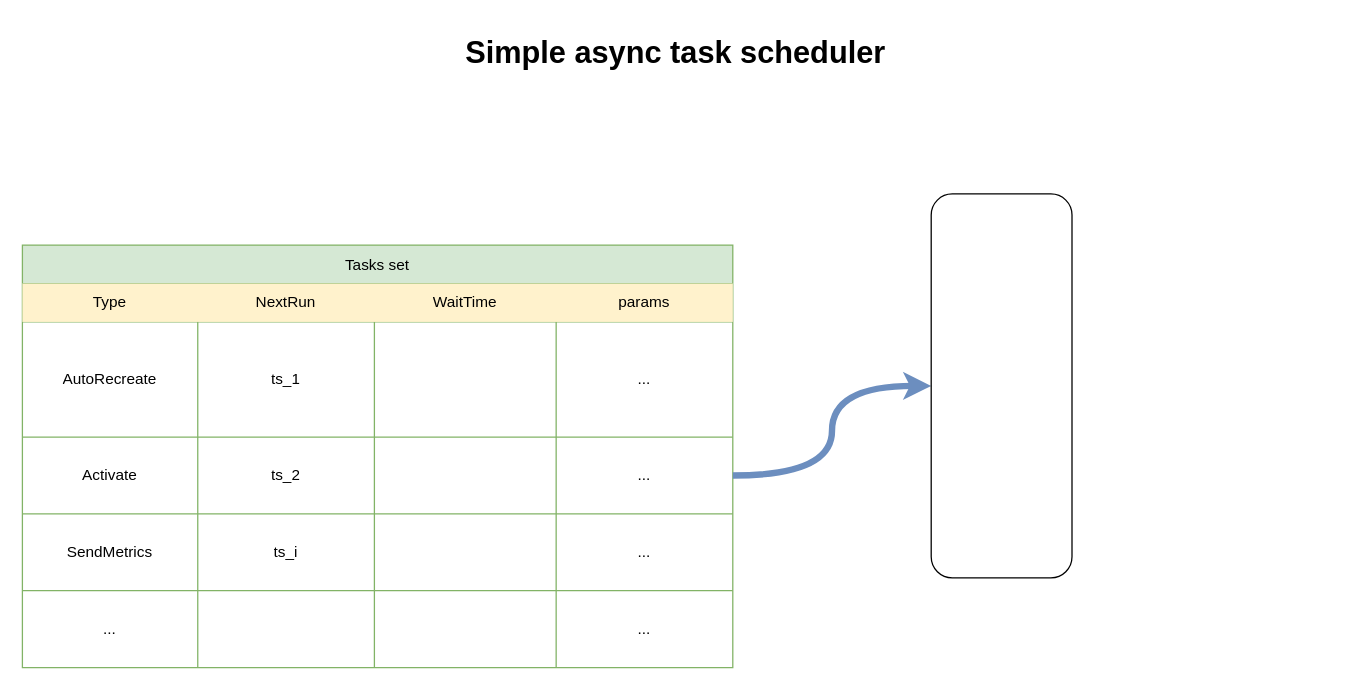
The draw.io diagram scheduler-simple.drawio in karitra/bg.charts, before the edit. Source tidied: cells renumbered, new cells numbered last; positions are measured from the earlier drawing's top-left corner, leaving out a move shared by most shapes. Both pictures are drawn from the tidied source at 128%, with x=0, y=0 at pixel (22, 27).
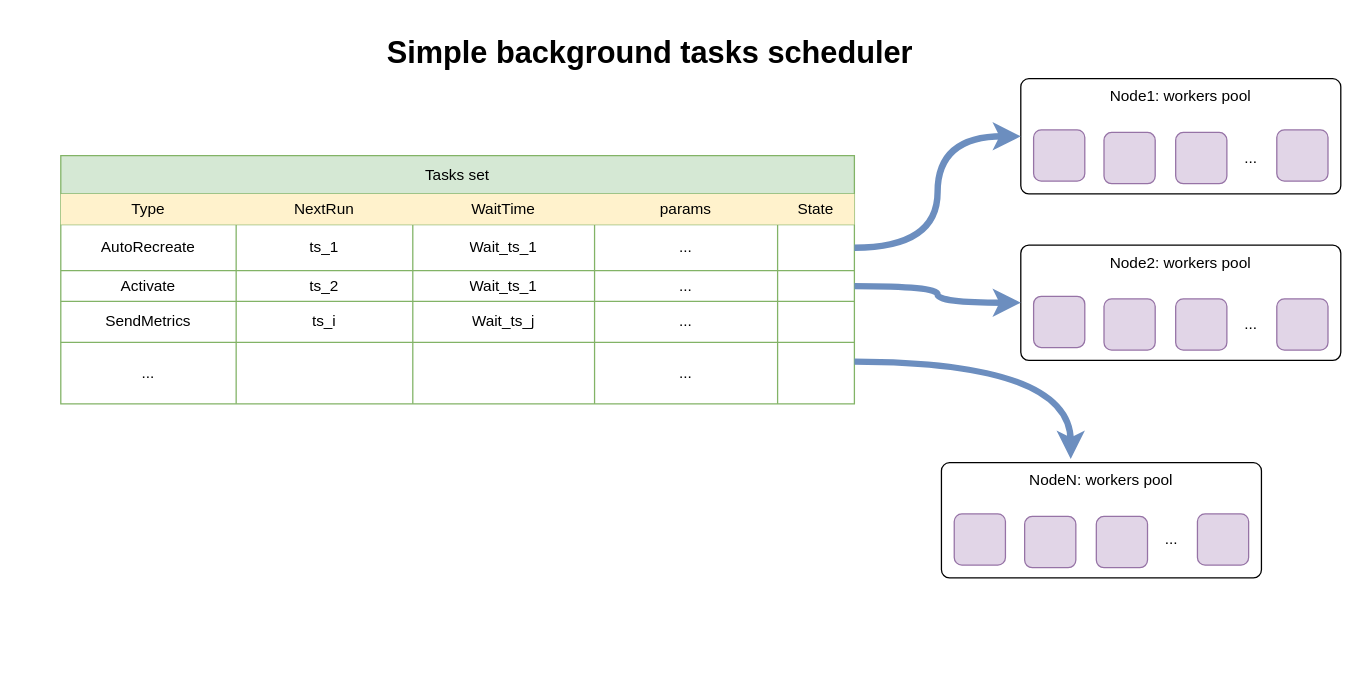
Above is the later version.

Diff of the diagram source:
```diff
@@
-    <mxCell id="2" value="Simple async task scheduler" style="text;strokeColor=none;fillColor=none;html=1;fontSize=24;fontStyle=1;verticalAlign=middle;align=center;rounded=0;shadow=1;" parent="1" vertex="1">
-      <mxGeometry x="120" width="780" height="40" as="geometry" />
+    <mxCell id="2" value="&lt;div&gt;Simple background tasks scheduler&lt;/div&gt;" style="text;strokeColor=none;fillColor=none;html=1;fontSize=24;fontStyle=1;verticalAlign=middle;align=center;rounded=0;shadow=1;" parent="1" vertex="1">
+      <mxGeometry x="100" width="780" height="40" as="geometry" />
     </mxCell>
     <mxCell id="3" value="Tasks set" style="shape=table;startSize=30;childLayout=tableLayout;fillColor=#d5e8d4;labelBackgroundColor=none;strokeColor=#82b366;" parent="1" vertex="1">
-      <mxGeometry y="170" width="555" height="330" as="geometry" />
+      <mxGeometry x="30" y="100" width="620" height="194" as="geometry" />
     </mxCell>
     <mxCell id="4" style="shape=tableRow;horizontal=0;startSize=0;swimlaneHead=0;swimlaneBody=0;top=0;left=0;bottom=0;right=0;fillColor=#fff2cc;strokeColor=#d6b656;" parent="3" vertex="1">
-      <mxGeometry y="30" width="555" height="30" as="geometry" />
+      <mxGeometry y="30" width="620" height="24" as="geometry" />
     </mxCell>
     <mxCell id="5" value="Type" style="shape=partialRectangle;html=1;whiteSpace=wrap;overflow=hidden;fillColor=none;top=0;left=0;bottom=0;right=0;" parent="4" vertex="1">
-      <mxGeometry width="137" height="30" as="geometry" />
+      <mxGeometry width="137" height="24" as="geometry" />
     </mxCell>
     <mxCell id="6" value="NextRun" style="shape=partialRectangle;html=1;whiteSpace=wrap;overflow=hidden;fillColor=none;top=0;left=0;bottom=0;right=0;" parent="4" vertex="1">
-      <mxGeometry x="137" width="138" height="30" as="geometry" />
+      <mxGeometry x="137" width="138" height="24" as="geometry" />
     </mxCell>
     <mxCell id="7" value="WaitTime" style="shape=partialRectangle;html=1;whiteSpace=wrap;overflow=hidden;fillColor=none;top=0;left=0;bottom=0;right=0;" parent="4" vertex="1">
-      <mxGeometry x="275" width="142" height="30" as="geometry" />
+      <mxGeometry x="275" width="142" height="24" as="geometry" />
     </mxCell>
     <mxCell id="8" value="params" style="shape=partialRectangle;html=1;whiteSpace=wrap;overflow=hidden;fillColor=none;top=0;left=0;bottom=0;right=0;" parent="4" vertex="1">
-      <mxGeometry x="417" width="138" height="30" as="geometry" />
+      <mxGeometry x="417" width="143" height="24" as="geometry" />
     </mxCell>
+    <mxCell id="31" value="State" style="shape=partialRectangle;html=1;whiteSpace=wrap;overflow=hidden;fillColor=none;top=0;left=0;bottom=0;right=0;" parent="4" vertex="1">
+      <mxGeometry x="560" width="60" height="24" as="geometry" />
+    </mxCell>
     <mxCell id="9" style="shape=tableRow;horizontal=0;startSize=0;swimlaneHead=0;swimlaneBody=0;top=0;left=0;bottom=0;right=0;fillColor=none;points=[[0,0.5],[1,0.5]];portConstraint=eastwest;" parent="3" vertex="1">
-      <mxGeometry y="60" width="555" height="90" as="geometry" />
+      <mxGeometry y="54" width="620" height="36" as="geometry" />
     </mxCell>
     <mxCell id="10" value="AutoRecreate" style="shape=partialRectangle;html=1;whiteSpace=wrap;overflow=hidden;fillColor=none;top=0;left=0;bottom=0;right=0;" parent="9" vertex="1">
-      <mxGeometry width="137" height="90" as="geometry" />
+      <mxGeometry width="137" height="36" as="geometry" />
     </mxCell>
     <mxCell id="11" value="ts_1" style="shape=partialRectangle;html=1;whiteSpace=wrap;overflow=hidden;fillColor=none;top=0;left=0;bottom=0;right=0;" parent="9" vertex="1">
-      <mxGeometry x="137" width="138" height="90" as="geometry" />
+      <mxGeometry x="137" width="138" height="36" as="geometry" />
     </mxCell>
-    <mxCell id="12" style="shape=partialRectangle;html=1;whiteSpace=wrap;overflow=hidden;fillColor=none;top=0;left=0;bottom=0;right=0;" parent="9" vertex="1">
-      <mxGeometry x="275" width="142" height="90" as="geometry" />
+    <mxCell id="12" value="Wait_ts_1" style="shape=partialRectangle;html=1;whiteSpace=wrap;overflow=hidden;fillColor=none;top=0;left=0;bottom=0;right=0;" parent="9" vertex="1">
+      <mxGeometry x="275" width="142" height="36" as="geometry" />
     </mxCell>
     <mxCell id="13" value="..." style="shape=partialRectangle;html=1;whiteSpace=wrap;overflow=hidden;fillColor=none;top=0;left=0;bottom=0;right=0;" parent="9" vertex="1">
-      <mxGeometry x="417" width="138" height="90" as="geometry" />
+      <mxGeometry x="417" width="143" height="36" as="geometry" />
     </mxCell>
+    <mxCell id="32" style="shape=partialRectangle;html=1;whiteSpace=wrap;overflow=hidden;fillColor=none;top=0;left=0;bottom=0;right=0;" parent="9" vertex="1">
+      <mxGeometry x="560" width="60" height="36" as="geometry" />
+    </mxCell>
     <mxCell id="14" style="shape=tableRow;horizontal=0;startSize=0;swimlaneHead=0;swimlaneBody=0;top=0;left=0;bottom=0;right=0;fillColor=none;points=[[0,0.5],[1,0.5]];portConstraint=eastwest;" parent="3" vertex="1">
-      <mxGeometry y="150" width="555" height="60" as="geometry" />
+      <mxGeometry y="90" width="620" height="24" as="geometry" />
     </mxCell>
     <mxCell id="15" value="Activate" style="shape=partialRectangle;html=1;whiteSpace=wrap;overflow=hidden;fillColor=none;top=0;left=0;bottom=0;right=0;" parent="14" vertex="1">
-      <mxGeometry width="137" height="60" as="geometry" />
+      <mxGeometry width="137" height="24" as="geometry" />
     </mxCell>
     <mxCell id="16" value="ts_2" style="shape=partialRectangle;html=1;whiteSpace=wrap;overflow=hidden;fillColor=none;top=0;left=0;bottom=0;right=0;" parent="14" vertex="1">
-      <mxGeometry x="137" width="138" height="60" as="geometry" />
+      <mxGeometry x="137" width="138" height="24" as="geometry" />
     </mxCell>
-    <mxCell id="17" style="shape=partialRectangle;html=1;whiteSpace=wrap;overflow=hidden;fillColor=none;top=0;left=0;bottom=0;right=0;" parent="14" vertex="1">
-      <mxGeometry x="275" width="142" height="60" as="geometry" />
+    <mxCell id="17" value="Wait_ts_1" style="shape=partialRectangle;html=1;whiteSpace=wrap;overflow=hidden;fillColor=none;top=0;left=0;bottom=0;right=0;" parent="14" vertex="1">
+      <mxGeometry x="275" width="142" height="24" as="geometry" />
     </mxCell>
     <mxCell id="18" value="..." style="shape=partialRectangle;html=1;whiteSpace=wrap;overflow=hidden;fillColor=none;top=0;left=0;bottom=0;right=0;" parent="14" vertex="1">
-      <mxGeometry x="417" width="138" height="60" as="geometry" />
+      <mxGeometry x="417" width="143" height="24" as="geometry" />
     </mxCell>
+    <mxCell id="33" style="shape=partialRectangle;html=1;whiteSpace=wrap;overflow=hidden;fillColor=none;top=0;left=0;bottom=0;right=0;" parent="14" vertex="1">
+      <mxGeometry x="560" width="60" height="24" as="geometry" />
+    </mxCell>
     <mxCell id="19" style="shape=tableRow;horizontal=0;startSize=0;swimlaneHead=0;swimlaneBody=0;top=0;left=0;bottom=0;right=0;fillColor=none;" parent="3" vertex="1">
-      <mxGeometry y="210" width="555" height="60" as="geometry" />
+      <mxGeometry y="114" width="620" height="32" as="geometry" />
     </mxCell>
     <mxCell id="20" value="SendMetrics" style="shape=partialRectangle;html=1;whiteSpace=wrap;overflow=hidden;fillColor=none;top=0;left=0;bottom=0;right=0;" parent="19" vertex="1">
-      <mxGeometry width="137" height="60" as="geometry" />
+      <mxGeometry width="137" height="32" as="geometry" />
     </mxCell>
     <mxCell id="21" value="ts_i" style="shape=partialRectangle;html=1;whiteSpace=wrap;overflow=hidden;fillColor=none;top=0;left=0;bottom=0;right=0;" parent="19" vertex="1">
-      <mxGeometry x="137" width="138" height="60" as="geometry" />
+      <mxGeometry x="137" width="138" height="32" as="geometry" />
     </mxCell>
-    <mxCell id="22" style="shape=partialRectangle;html=1;whiteSpace=wrap;overflow=hidden;fillColor=none;top=0;left=0;bottom=0;right=0;" parent="19" vertex="1">
-      <mxGeometry x="275" width="142" height="60" as="geometry" />
+    <mxCell id="22" value="Wait_ts_j" style="shape=partialRectangle;html=1;whiteSpace=wrap;overflow=hidden;fillColor=none;top=0;left=0;bottom=0;right=0;" parent="19" vertex="1">
+      <mxGeometry x="275" width="142" height="32" as="geometry" />
     </mxCell>
     <mxCell id="23" value="..." style="shape=partialRectangle;html=1;whiteSpace=wrap;overflow=hidden;fillColor=none;top=0;left=0;bottom=0;right=0;" parent="19" vertex="1">
-      <mxGeometry x="417" width="138" height="60" as="geometry" />
+      <mxGeometry x="417" width="143" height="32" as="geometry" />
     </mxCell>
+    <mxCell id="34" style="shape=partialRectangle;html=1;whiteSpace=wrap;overflow=hidden;fillColor=none;top=0;left=0;bottom=0;right=0;" parent="19" vertex="1">
+      <mxGeometry x="560" width="60" height="32" as="geometry" />
+    </mxCell>
     <mxCell id="24" style="shape=tableRow;horizontal=0;startSize=0;swimlaneHead=0;swimlaneBody=0;top=0;left=0;bottom=0;right=0;fillColor=none;" parent="3" vertex="1">
-      <mxGeometry y="270" width="555" height="60" as="geometry" />
+      <mxGeometry y="146" width="620" height="48" as="geometry" />
     </mxCell>
     <mxCell id="25" value="..." style="shape=partialRectangle;html=1;whiteSpace=wrap;overflow=hidden;fillColor=none;top=0;left=0;bottom=0;right=0;" parent="24" vertex="1">
-      <mxGeometry width="137" height="60" as="geometry" />
+      <mxGeometry width="137" height="48" as="geometry" />
     </mxCell>
     <mxCell id="26" style="shape=partialRectangle;html=1;whiteSpace=wrap;overflow=hidden;fillColor=none;top=0;left=0;bottom=0;right=0;" parent="24" vertex="1">
-      <mxGeometry x="137" width="138" height="60" as="geometry" />
+      <mxGeometry x="137" width="138" height="48" as="geometry" />
     </mxCell>
     <mxCell id="27" style="shape=partialRectangle;html=1;whiteSpace=wrap;overflow=hidden;fillColor=none;top=0;left=0;bottom=0;right=0;" parent="24" vertex="1">
-      <mxGeometry x="275" width="142" height="60" as="geometry" />
+      <mxGeometry x="275" width="142" height="48" as="geometry" />
     </mxCell>
     <mxCell id="28" value="..." style="shape=partialRectangle;html=1;whiteSpace=wrap;overflow=hidden;fillColor=none;top=0;left=0;bottom=0;right=0;" parent="24" vertex="1">
-      <mxGeometry x="417" width="138" height="60" as="geometry" />
+      <mxGeometry x="417" width="143" height="48" as="geometry" />
     </mxCell>
-    <mxCell id="29" style="edgeStyle=orthogonalEdgeStyle;jettySize=auto;html=1;curved=1;strokeWidth=5;fillColor=#dae8fc;strokeColor=#6c8ebf;" parent="1" edge="1" source="14" target="30">
-      <mxGeometry relative="1" as="geometry" />
-    </mxCell>
+    <mxCell id="35" style="shape=partialRectangle;html=1;whiteSpace=wrap;overflow=hidden;fillColor=none;top=0;left=0;bottom=0;right=0;" parent="24" vertex="1">
+      <mxGeometry x="560" width="60" height="48" as="geometry" />
+    </mxCell>
-    <mxCell id="30" style="rounded=1;whiteSpace=wrap;html=1;labelBackgroundColor=none;fillColor=default;" parent="1" vertex="1">
-      <mxGeometry x="710" y="130" width="110" height="300" as="geometry" />
+    <mxCell id="30" value="&lt;div&gt;Node1: workers pool&lt;br&gt;&lt;/div&gt;" style="rounded=1;whiteSpace=wrap;html=1;labelBackgroundColor=none;fillColor=default;arcSize=7;align=center;verticalAlign=top;" parent="1" vertex="1">
+      <mxGeometry x="780" y="40" width="250" height="90" as="geometry" />
     </mxCell>
+    <mxCell id="36" style="rounded=1;whiteSpace=wrap;html=1;labelBackgroundColor=none;fillColor=#e1d5e7;strokeColor=#9673a6;" parent="1" vertex="1">
+      <mxGeometry x="790" y="80" width="40" height="40" as="geometry" />
+    </mxCell>
+    <mxCell id="37" style="rounded=1;whiteSpace=wrap;html=1;labelBackgroundColor=none;fillColor=#e1d5e7;strokeColor=#9673a6;" parent="1" vertex="1">
+      <mxGeometry x="845" y="82" width="40" height="40" as="geometry" />
+    </mxCell>
+    <mxCell id="38" style="rounded=1;whiteSpace=wrap;html=1;labelBackgroundColor=none;fillColor=#e1d5e7;strokeColor=#9673a6;" parent="1" vertex="1">
+      <mxGeometry x="901" y="82" width="40" height="40" as="geometry" />
+    </mxCell>
+    <mxCell id="39" style="rounded=1;whiteSpace=wrap;html=1;labelBackgroundColor=none;fillColor=#e1d5e7;strokeColor=#9673a6;" parent="1" vertex="1">
+      <mxGeometry x="980" y="80" width="40" height="40" as="geometry" />
+    </mxCell>
+    <mxCell id="40" value="&lt;div&gt;Node2: workers pool&lt;br&gt;&lt;/div&gt;" style="rounded=1;whiteSpace=wrap;html=1;labelBackgroundColor=none;fillColor=default;arcSize=7;align=center;verticalAlign=top;" parent="1" vertex="1">
+      <mxGeometry x="780" y="170" width="250" height="90" as="geometry" />
+    </mxCell>
+    <mxCell id="41" style="rounded=1;whiteSpace=wrap;html=1;labelBackgroundColor=none;fillColor=#e1d5e7;strokeColor=#9673a6;" parent="1" vertex="1">
+      <mxGeometry x="790" y="210" width="40" height="40" as="geometry" />
+    </mxCell>
+    <mxCell id="42" style="rounded=1;whiteSpace=wrap;html=1;labelBackgroundColor=none;fillColor=#e1d5e7;strokeColor=#9673a6;" parent="1" vertex="1">
+      <mxGeometry x="845" y="212" width="40" height="40" as="geometry" />
+    </mxCell>
+    <mxCell id="43" style="rounded=1;whiteSpace=wrap;html=1;labelBackgroundColor=none;fillColor=#e1d5e7;strokeColor=#9673a6;" parent="1" vertex="1">
+      <mxGeometry x="901" y="212" width="40" height="40" as="geometry" />
+    </mxCell>
+    <mxCell id="44" style="rounded=1;whiteSpace=wrap;html=1;labelBackgroundColor=none;fillColor=#e1d5e7;strokeColor=#9673a6;" parent="1" vertex="1">
+      <mxGeometry x="980" y="212" width="40" height="40" as="geometry" />
+    </mxCell>
+    <mxCell id="45" value="&lt;div&gt;NodeN: workers pool&lt;br&gt;&lt;/div&gt;" style="rounded=1;whiteSpace=wrap;html=1;labelBackgroundColor=none;fillColor=default;arcSize=7;align=center;verticalAlign=top;" parent="1" vertex="1">
+      <mxGeometry x="718" y="340" width="250" height="90" as="geometry" />
+    </mxCell>
+    <mxCell id="46" style="rounded=1;whiteSpace=wrap;html=1;labelBackgroundColor=none;fillColor=#e1d5e7;strokeColor=#9673a6;" parent="1" vertex="1">
+      <mxGeometry x="728" y="380" width="40" height="40" as="geometry" />
+    </mxCell>
+    <mxCell id="47" style="rounded=1;whiteSpace=wrap;html=1;labelBackgroundColor=none;fillColor=#e1d5e7;strokeColor=#9673a6;" parent="1" vertex="1">
+      <mxGeometry x="783" y="382" width="40" height="40" as="geometry" />
+    </mxCell>
+    <mxCell id="48" style="rounded=1;whiteSpace=wrap;html=1;labelBackgroundColor=none;fillColor=#e1d5e7;strokeColor=#9673a6;" parent="1" vertex="1">
+      <mxGeometry x="839" y="382" width="40" height="40" as="geometry" />
+    </mxCell>
+    <mxCell id="49" style="rounded=1;whiteSpace=wrap;html=1;labelBackgroundColor=none;fillColor=#e1d5e7;strokeColor=#9673a6;" parent="1" vertex="1">
+      <mxGeometry x="918" y="380" width="40" height="40" as="geometry" />
+    </mxCell>
+    <mxCell id="50" style="edgeStyle=orthogonalEdgeStyle;curved=1;jettySize=auto;html=1;entryX=0;entryY=0.5;entryDx=0;entryDy=0;strokeWidth=5;exitX=1;exitY=0.5;exitDx=0;exitDy=0;fillColor=#dae8fc;strokeColor=#6c8ebf;" parent="1" edge="1" source="9" target="30">
+      <mxGeometry relative="1" as="geometry" />
+    </mxCell>
+    <mxCell id="51" style="edgeStyle=orthogonalEdgeStyle;curved=1;jettySize=auto;html=1;entryX=0;entryY=0.5;entryDx=0;entryDy=0;strokeWidth=5;exitX=1;exitY=0.5;exitDx=0;exitDy=0;fillColor=#dae8fc;strokeColor=#6c8ebf;" parent="1" edge="1" source="14" target="40">
+      <mxGeometry relative="1" as="geometry" />
+    </mxCell>
+    <mxCell id="52" value="&lt;div&gt;...&lt;/div&gt;" style="text;html=1;strokeColor=none;fillColor=none;align=center;verticalAlign=middle;whiteSpace=wrap;rounded=0;labelBackgroundColor=none;" parent="1" vertex="1">
+      <mxGeometry x="930" y="87" width="60" height="30" as="geometry" />
+    </mxCell>
+    <mxCell id="53" value="&lt;div&gt;...&lt;/div&gt;" style="text;html=1;strokeColor=none;fillColor=none;align=center;verticalAlign=middle;whiteSpace=wrap;rounded=0;labelBackgroundColor=none;" parent="1" vertex="1">
+      <mxGeometry x="930" y="217" width="60" height="30" as="geometry" />
+    </mxCell>
+    <mxCell id="54" value="&lt;div&gt;...&lt;/div&gt;" style="text;html=1;strokeColor=none;fillColor=none;align=center;verticalAlign=middle;whiteSpace=wrap;rounded=0;labelBackgroundColor=none;" parent="1" vertex="1">
+      <mxGeometry x="868" y="385" width="60" height="30" as="geometry" />
+    </mxCell>
+    <mxCell id="55" style="edgeStyle=orthogonalEdgeStyle;curved=1;jettySize=auto;html=1;entryX=0.404;entryY=-0.033;entryDx=0;entryDy=0;strokeWidth=5;exitX=1;exitY=0.5;exitDx=0;exitDy=0;fillColor=#dae8fc;strokeColor=#6c8ebf;entryPerimeter=0;" parent="1" edge="1" target="45">
+      <mxGeometry relative="1" as="geometry">
+        <mxPoint x="650" y="261" as="sourcePoint" />
+      </mxGeometry>
+    </mxCell>
```
